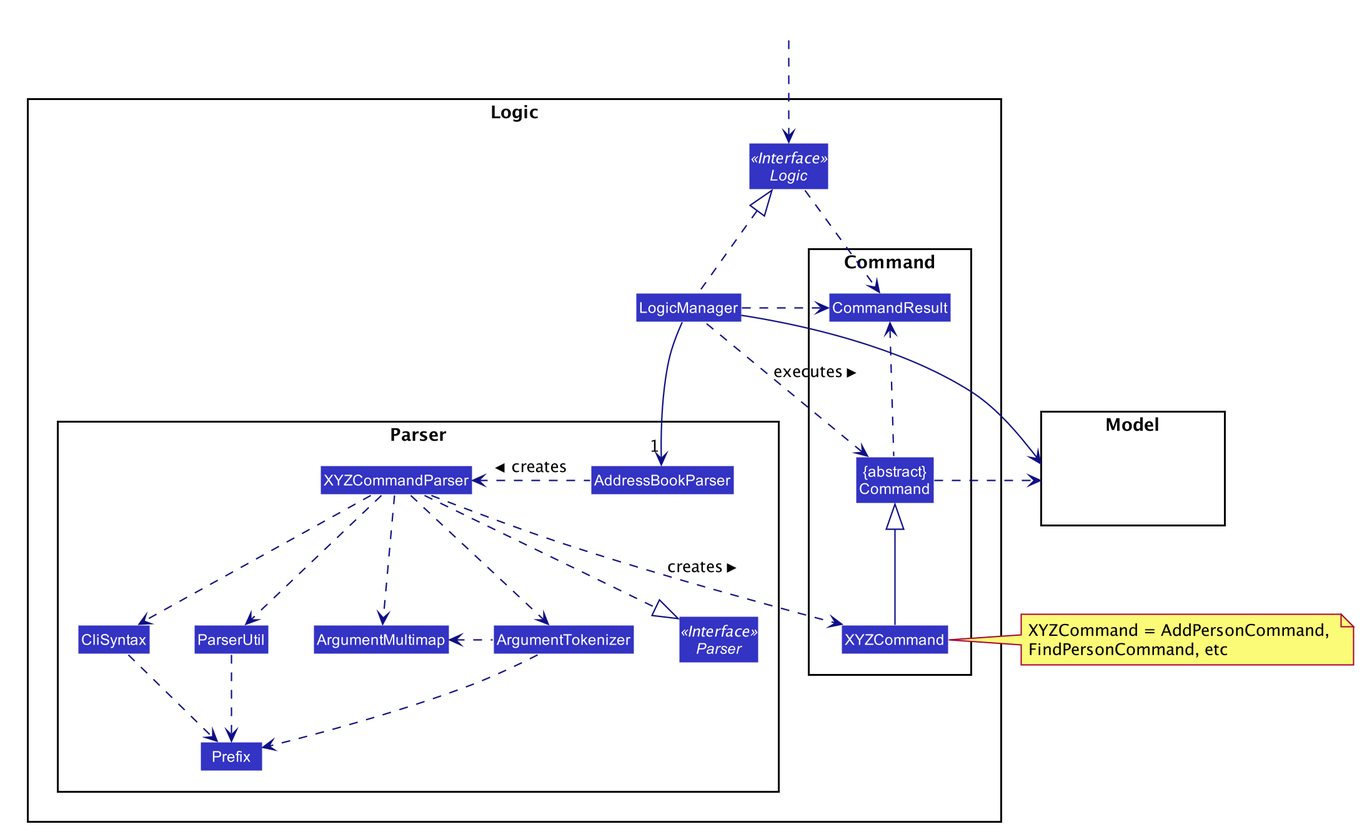
Before: docs/images/LogicClassDiagram.png, a diagram exported from PlantUML (zeling595/tp). Source of this version:
```plantuml
@startuml








skinparam BackgroundColor #FFFFFFF

skinparam Shadowing false

skinparam Class {
    FontColor #FFFFFF
    BorderThickness 1
    BorderColor #FFFFFF
    StereotypeFontColor #FFFFFF
    FontName Arial
}

skinparam Actor {
    BorderColor #000000
    Color #000000
    FontName Arial
}

skinparam Sequence {
    MessageAlign center
    BoxFontSize 15
    BoxPadding 0
    BoxFontColor #FFFFFF
    FontName Arial
}

skinparam Participant {
    FontColor #FFFFFFF
    Padding 20
}

skinparam MinClassWidth 50
skinparam ParticipantPadding 10
skinparam Shadowing false
skinparam DefaultTextAlignment center
skinparam packageStyle Rectangle

hide footbox
hide members
hide circle
skinparam arrowThickness 1.1
skinparam arrowColor #101086
skinparam classBackgroundColor #3333C4

package Logic {

package Parser {
Interface Parser <<Interface>>
Class AddressBookParser
Class XYZCommandParser
Class CliSyntax
Class ParserUtil
Class ArgumentMultimap
Class ArgumentTokenizer
Class Prefix
}

package Command {
Class XYZCommand
Class CommandResult
Class "{abstract}\nCommand" as Command
}

Interface Logic <<Interface>>
Class LogicManager
}

package Model{
Class HiddenModel #FFFFFF
}

Class HiddenOutside #FFFFFF
HiddenOutside ..> Logic

LogicManager .up.|> Logic
LogicManager -->"1" AddressBookParser
AddressBookParser .left.> XYZCommandParser: creates >

XYZCommandParser ..> XYZCommand : creates >
XYZCommandParser ..|> Parser
XYZCommandParser ..> ArgumentMultimap
XYZCommandParser ..> ArgumentTokenizer
ArgumentTokenizer .left.> ArgumentMultimap
XYZCommandParser ..> CliSyntax
CliSyntax ..> Prefix
XYZCommandParser ..> ParserUtil
ParserUtil .down.> Prefix
ArgumentTokenizer .down.> Prefix
XYZCommand -up-|> Command
LogicManager .left.> Command : executes >

LogicManager --> Model
Command .right.> Model
note right of XYZCommand: XYZCommand = AddPersonCommand, \nFindPersonCommand, etc

Logic ..> CommandResult
LogicManager .down.> CommandResult
Command .up.> CommandResult
CommandResult -[hidden]-> Parser
@enduml
```
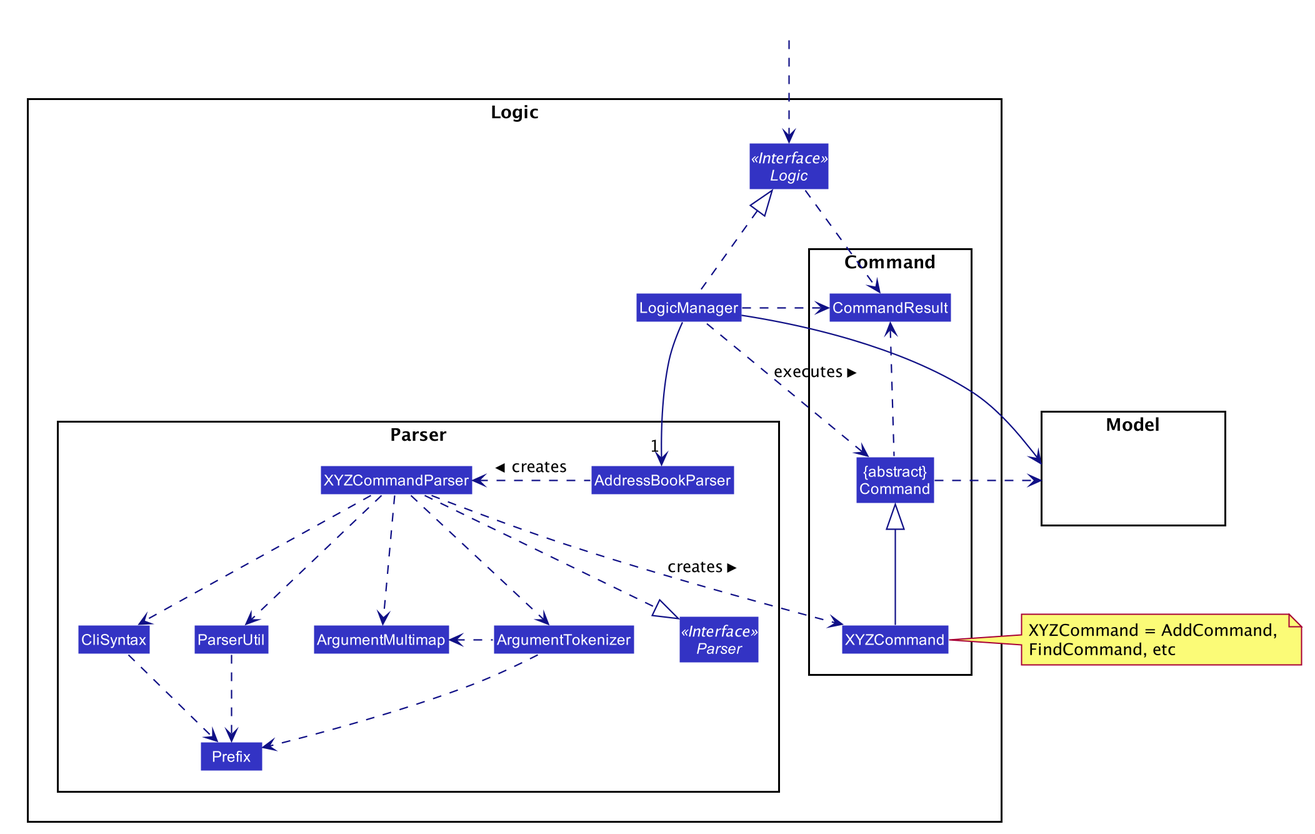
The same diagram one commit later.

The edit, as a diff of the source:
```diff
@@ -100,7 +100,7 @@
 
 LogicManager --> Model
 Command .right.> Model
-note right of XYZCommand: XYZCommand = AddPersonCommand, \nFindPersonCommand, etc
+note right of XYZCommand: XYZCommand = AddCommand, \nFindCommand, etc
 
 Logic ..> CommandResult
 LogicManager .down.> CommandResult
```
